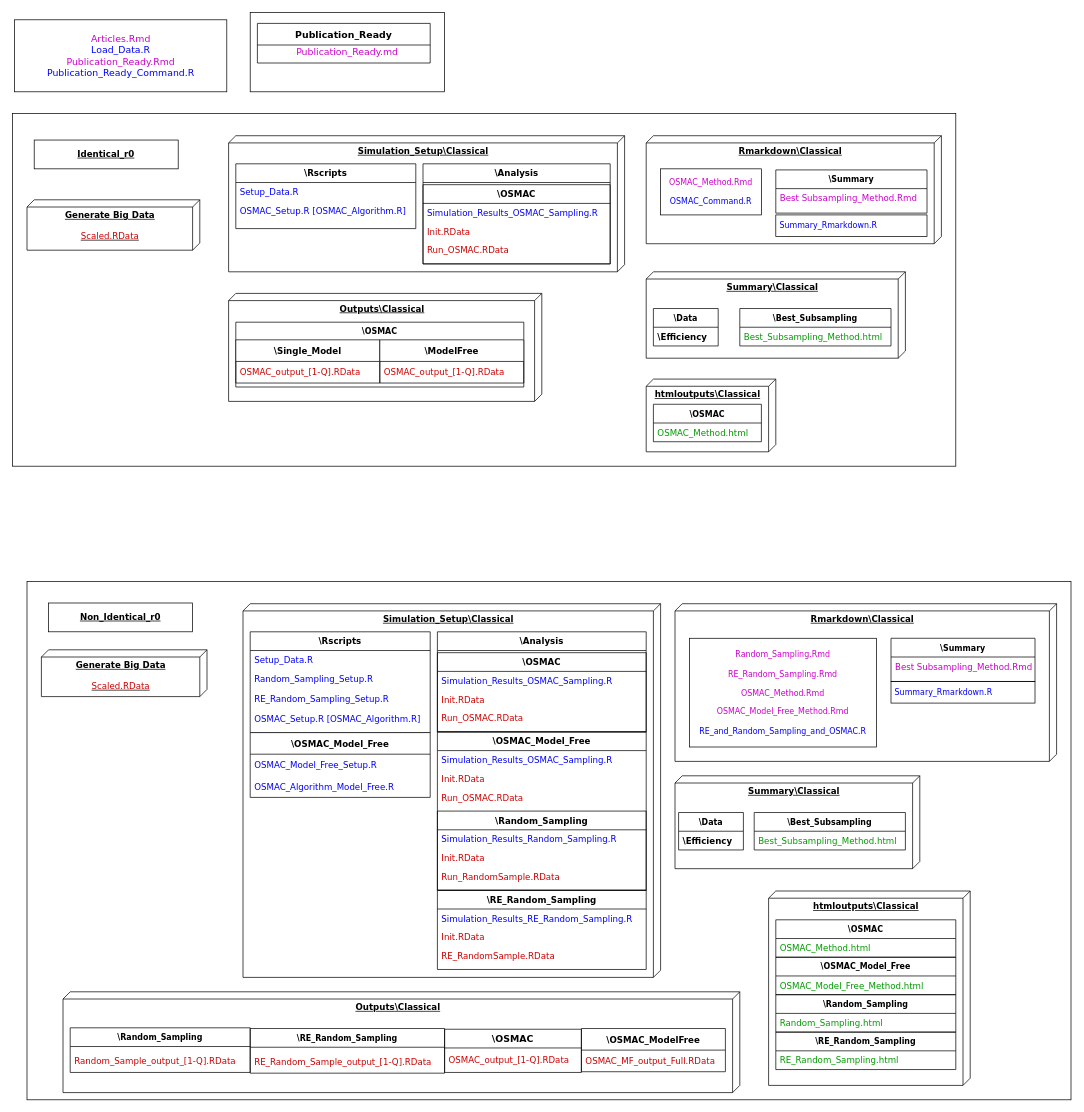
Above: Images/FullDiagram.drawio in Amalan-ConStat/RS_OS_MROS_LR_RWS_SkinData (draw.io), before the change. Source tidied: cells renumbered, new cells numbered last; positions are measured from the earlier drawing's top-left corner, leaving out a move shared by most shapes. Both pictures are drawn from the tidied source at 72%, with x=0, y=0 at pixel (12, 12).
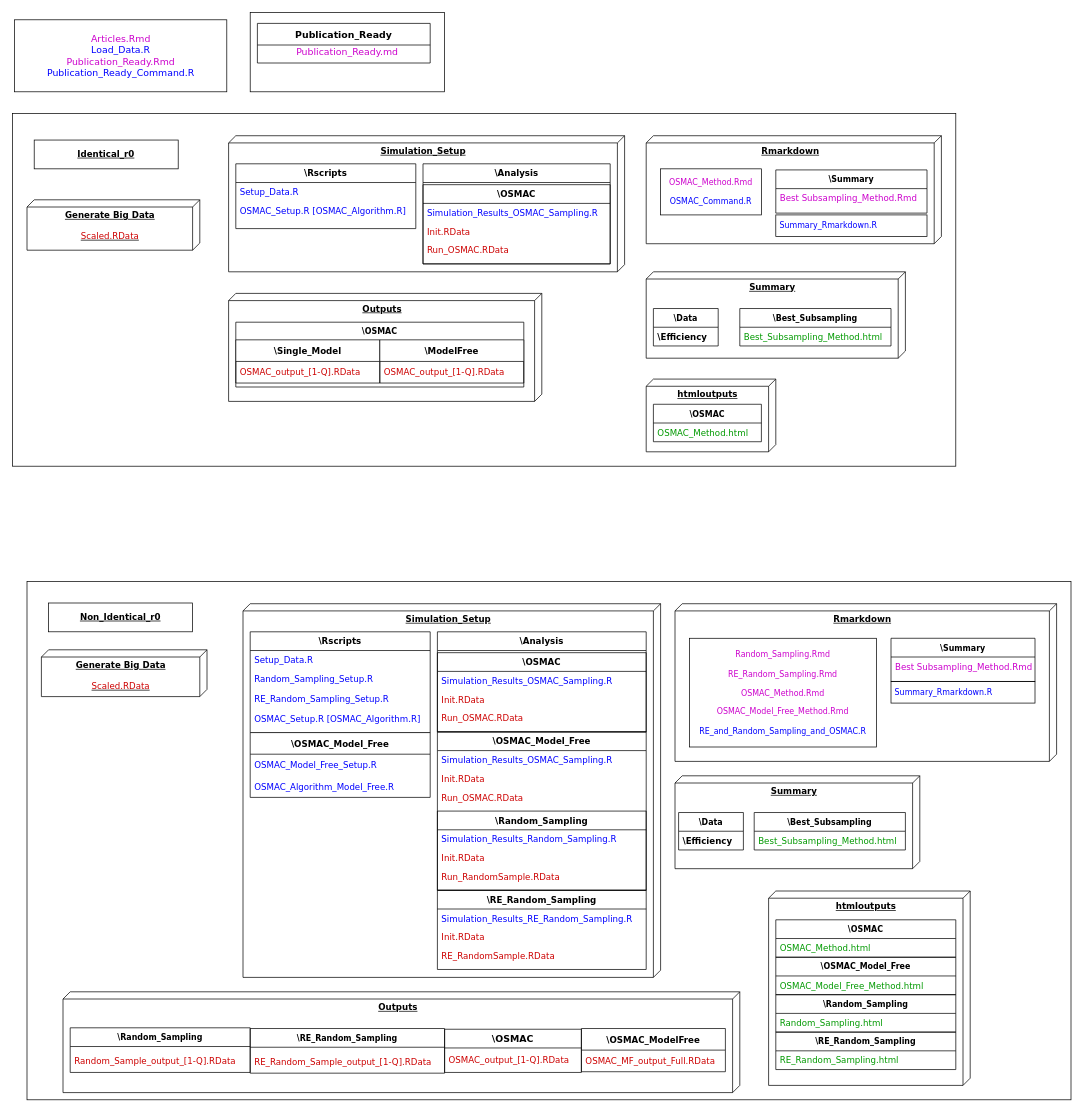
The same page after the edit.

Change to the diagram source:
```diff
@@
-    <mxCell id="6" value="htmloutputs\Classical&lt;br&gt;&lt;br&gt;" style="verticalAlign=top;align=center;spacingTop=8;spacingLeft=2;spacingRight=12;shape=cube;size=10;direction=south;fontStyle=5;html=1;rounded=0;shadow=0;comic=0;labelBackgroundColor=none;strokeWidth=1;fontFamily=Verdana;fontSize=12;" parent="1" vertex="1">
+    <mxCell id="6" value="htmloutputs&lt;br&gt;" style="verticalAlign=top;align=center;spacingTop=8;spacingLeft=2;spacingRight=12;shape=cube;size=10;direction=south;fontStyle=5;html=1;rounded=0;shadow=0;comic=0;labelBackgroundColor=none;strokeWidth=1;fontFamily=Verdana;fontSize=12;" parent="1" vertex="1">
       <mxGeometry x="880" y="509" width="180" height="101" as="geometry" />
     </mxCell>
-    <mxCell id="7" value="Outputs\Classical" style="verticalAlign=top;align=center;spacingTop=8;spacingLeft=2;spacingRight=12;shape=cube;size=10;direction=south;fontStyle=5;html=1;rounded=0;shadow=0;comic=0;labelBackgroundColor=none;strokeWidth=1;fontFamily=Verdana;fontSize=12;" parent="1" vertex="1">
+    <mxCell id="7" value="Outputs" style="verticalAlign=top;align=center;spacingTop=8;spacingLeft=2;spacingRight=12;shape=cube;size=10;direction=south;fontStyle=5;html=1;rounded=0;shadow=0;comic=0;labelBackgroundColor=none;strokeWidth=1;fontFamily=Verdana;fontSize=12;" parent="1" vertex="1">
       <mxGeometry x="300" y="390" width="435" height="150" as="geometry" />
     </mxCell>
-    <mxCell id="8" value="&lt;b&gt;Rmarkdown\Classical&lt;/b&gt;" style="verticalAlign=top;align=center;spacingTop=8;spacingLeft=2;spacingRight=12;shape=cube;size=10;direction=south;fontStyle=4;html=1;rounded=0;shadow=0;comic=0;labelBackgroundColor=none;strokeWidth=1;fontFamily=Verdana;fontSize=12;" parent="1" vertex="1">
+    <mxCell id="8" value="&lt;b&gt;Rmarkdown&lt;/b&gt;" style="verticalAlign=top;align=center;spacingTop=8;spacingLeft=2;spacingRight=12;shape=cube;size=10;direction=south;fontStyle=4;html=1;rounded=0;shadow=0;comic=0;labelBackgroundColor=none;strokeWidth=1;fontFamily=Verdana;fontSize=12;" parent="1" vertex="1">
       <mxGeometry x="880" y="171" width="410" height="150" as="geometry" />
     </mxCell>
-    <mxCell id="9" value="Simulation_Setup\Classical" style="verticalAlign=top;align=center;spacingTop=8;spacingLeft=2;spacingRight=12;shape=cube;size=10;direction=south;fontStyle=5;html=1;rounded=0;shadow=0;comic=0;labelBackgroundColor=none;strokeWidth=1;fontFamily=Verdana;fontSize=12;" parent="1" vertex="1">
+    <mxCell id="9" value="Simulation_Setup" style="verticalAlign=top;align=center;spacingTop=8;spacingLeft=2;spacingRight=12;shape=cube;size=10;direction=south;fontStyle=5;html=1;rounded=0;shadow=0;comic=0;labelBackgroundColor=none;strokeWidth=1;fontFamily=Verdana;fontSize=12;" parent="1" vertex="1">
       <mxGeometry x="300" y="171" width="550" height="189" as="geometry" />
     </mxCell>
-    <mxCell id="10" value="&lt;b&gt;Summary\Classical&lt;/b&gt;" style="verticalAlign=top;align=center;spacingTop=8;spacingLeft=2;spacingRight=12;shape=cube;size=10;direction=south;fontStyle=4;html=1;rounded=0;shadow=0;comic=0;labelBackgroundColor=none;strokeWidth=1;fontFamily=Verdana;fontSize=12;" parent="1" vertex="1">
+    <mxCell id="10" value="&lt;b&gt;Summary&lt;/b&gt;" style="verticalAlign=top;align=center;spacingTop=8;spacingLeft=2;spacingRight=12;shape=cube;size=10;direction=south;fontStyle=4;html=1;rounded=0;shadow=0;comic=0;labelBackgroundColor=none;strokeWidth=1;fontFamily=Verdana;fontSize=12;" parent="1" vertex="1">
       <mxGeometry x="880" y="360" width="360" height="120" as="geometry" />
     </mxCell>
@@
-    <mxCell id="34" value="htmloutputs\Classical&lt;br&gt;&lt;br&gt;" style="verticalAlign=top;align=center;spacingTop=8;spacingLeft=2;spacingRight=12;shape=cube;size=10;direction=south;fontStyle=5;html=1;rounded=0;shadow=0;comic=0;labelBackgroundColor=none;strokeWidth=1;fontFamily=Verdana;fontSize=12;" parent="1" vertex="1">
+    <mxCell id="34" value="htmloutputs&lt;br&gt;" style="verticalAlign=top;align=center;spacingTop=8;spacingLeft=2;spacingRight=12;shape=cube;size=10;direction=south;fontStyle=5;html=1;rounded=0;shadow=0;comic=0;labelBackgroundColor=none;strokeWidth=1;fontFamily=Verdana;fontSize=12;" parent="1" vertex="1">
       <mxGeometry x="1050" y="1220" width="280" height="270" as="geometry" />
     </mxCell>
-    <mxCell id="35" value="Outputs\Classical" style="verticalAlign=top;align=center;spacingTop=8;spacingLeft=2;spacingRight=12;shape=cube;size=10;direction=south;fontStyle=5;html=1;rounded=0;shadow=0;comic=0;labelBackgroundColor=none;strokeWidth=1;fontFamily=Verdana;fontSize=12;" parent="1" vertex="1">
+    <mxCell id="35" value="Outputs" style="verticalAlign=top;align=center;spacingTop=8;spacingLeft=2;spacingRight=12;shape=cube;size=10;direction=south;fontStyle=5;html=1;rounded=0;shadow=0;comic=0;labelBackgroundColor=none;strokeWidth=1;fontFamily=Verdana;fontSize=12;" parent="1" vertex="1">
       <mxGeometry x="70" y="1360" width="940" height="140" as="geometry" />
     </mxCell>
-    <mxCell id="36" value="&lt;b&gt;Rmarkdown\Classical&lt;/b&gt;" style="verticalAlign=top;align=center;spacingTop=8;spacingLeft=2;spacingRight=12;shape=cube;size=10;direction=south;fontStyle=4;html=1;rounded=0;shadow=0;comic=0;labelBackgroundColor=none;strokeWidth=1;fontFamily=Verdana;fontSize=12;" parent="1" vertex="1">
+    <mxCell id="36" value="&lt;b&gt;Rmarkdown&lt;/b&gt;" style="verticalAlign=top;align=center;spacingTop=8;spacingLeft=2;spacingRight=12;shape=cube;size=10;direction=south;fontStyle=4;html=1;rounded=0;shadow=0;comic=0;labelBackgroundColor=none;strokeWidth=1;fontFamily=Verdana;fontSize=12;" parent="1" vertex="1">
       <mxGeometry x="920" y="821" width="530" height="219" as="geometry" />
     </mxCell>
-    <mxCell id="37" value="Simulation_Setup\Classical" style="verticalAlign=top;align=center;spacingTop=8;spacingLeft=2;spacingRight=12;shape=cube;size=10;direction=south;fontStyle=5;html=1;rounded=0;shadow=0;comic=0;labelBackgroundColor=none;strokeWidth=1;fontFamily=Verdana;fontSize=12;" parent="1" vertex="1">
+    <mxCell id="37" value="Simulation_Setup" style="verticalAlign=top;align=center;spacingTop=8;spacingLeft=2;spacingRight=12;shape=cube;size=10;direction=south;fontStyle=5;html=1;rounded=0;shadow=0;comic=0;labelBackgroundColor=none;strokeWidth=1;fontFamily=Verdana;fontSize=12;" parent="1" vertex="1">
       <mxGeometry x="320" y="821" width="580" height="519" as="geometry" />
     </mxCell>
-    <mxCell id="38" value="&lt;b&gt;Summary\Classical&lt;/b&gt;" style="verticalAlign=top;align=center;spacingTop=8;spacingLeft=2;spacingRight=12;shape=cube;size=10;direction=south;fontStyle=4;html=1;rounded=0;shadow=0;comic=0;labelBackgroundColor=none;strokeWidth=1;fontFamily=Verdana;fontSize=12;" parent="1" vertex="1">
+    <mxCell id="38" value="&lt;b&gt;Summary&lt;/b&gt;" style="verticalAlign=top;align=center;spacingTop=8;spacingLeft=2;spacingRight=12;shape=cube;size=10;direction=south;fontStyle=4;html=1;rounded=0;shadow=0;comic=0;labelBackgroundColor=none;strokeWidth=1;fontFamily=Verdana;fontSize=12;" parent="1" vertex="1">
       <mxGeometry x="920" y="1060" width="340" height="129" as="geometry" />
     </mxCell>
```
